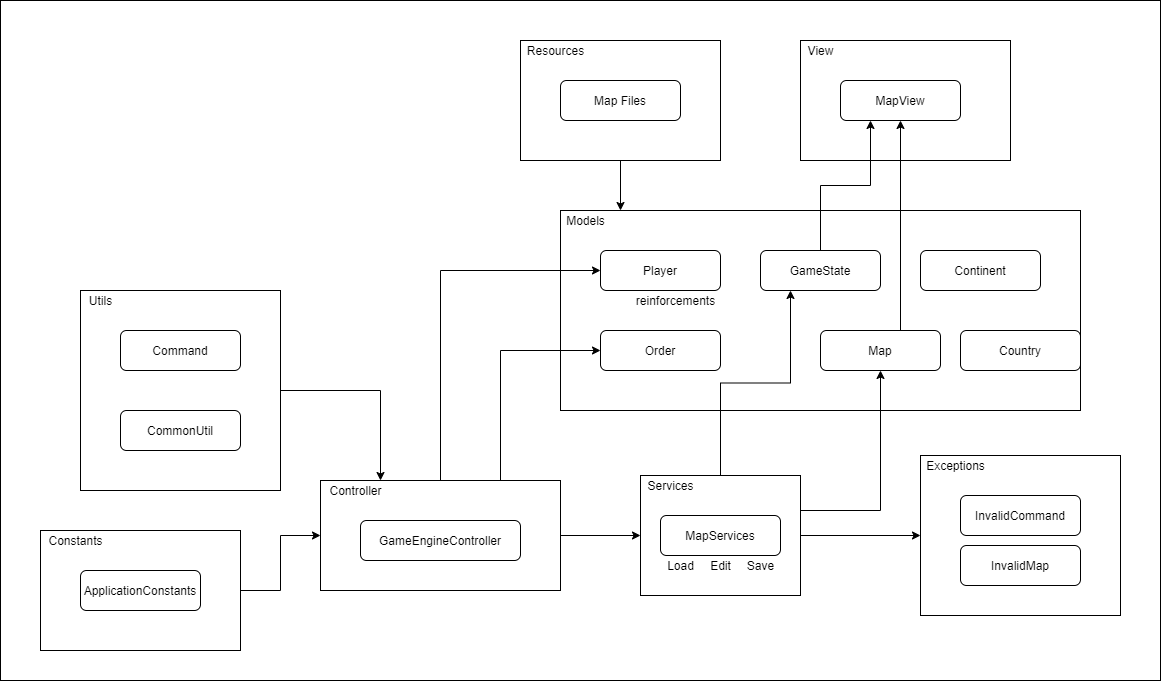
This is documentation/Build1-ArchitectureDiagram.png from pulkitkkr/SOEN-6441-Adv-Programming-Warzone-Game, a draw.io export, as it was before one commit. Source tidied: cells renumbered, new cells last; positions are measured from the earlier drawing's top-left corner, leaving out a move shared by most shapes.
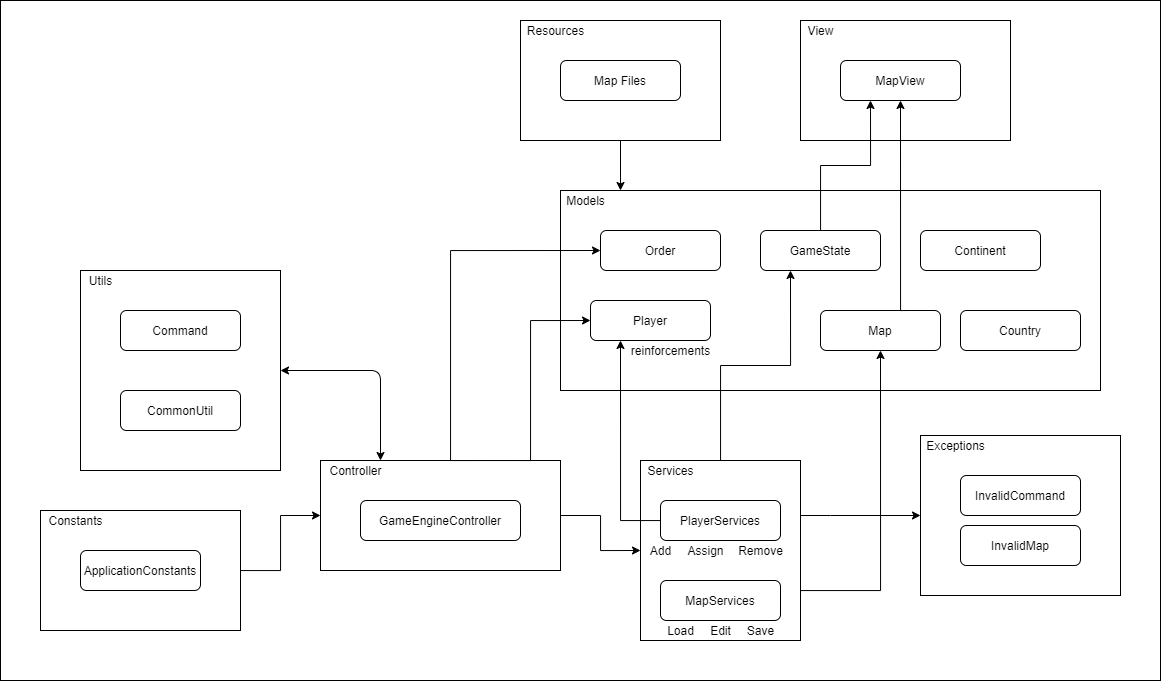
After the commit.

What changed in the source:
```diff
@@ -9,7 +9,7 @@
       <mxGeometry x="840" y="80" width="120" height="40" as="geometry" />
     </mxCell>
     <mxCell id="4" value="MapServices" style="rounded=1;whiteSpace=wrap;html=1;fillColor=none;" parent="1" vertex="1">
-      <mxGeometry x="660" y="515" width="120" height="40" as="geometry" />
+      <mxGeometry x="660" y="600" width="120" height="40" as="geometry" />
     </mxCell>
     <mxCell id="5" value="InvalidCommand" style="rounded=1;whiteSpace=wrap;html=1;fillColor=none;" parent="1" vertex="1">
       <mxGeometry x="960" y="495" width="120" height="40" as="geometry" />
@@ -49,17 +49,14 @@
       <mxGeometry x="820" y="330" width="120" height="40" as="geometry" />
     </mxCell>
     <mxCell id="16" value="Player" style="rounded=1;whiteSpace=wrap;html=1;fillColor=none;" parent="1" vertex="1">
-      <mxGeometry x="600" y="250" width="120" height="40" as="geometry" />
+      <mxGeometry x="590" y="320" width="120" height="40" as="geometry" />
     </mxCell>
     <mxCell id="17" value="Order" style="rounded=1;whiteSpace=wrap;html=1;fillColor=none;" parent="1" vertex="1">
-      <mxGeometry x="600" y="330" width="120" height="40" as="geometry" />
+      <mxGeometry x="600" y="250" width="120" height="40" as="geometry" />
     </mxCell>
     <mxCell id="18" value="Country" style="rounded=1;whiteSpace=wrap;html=1;fillColor=none;" parent="1" vertex="1">
       <mxGeometry x="960" y="330" width="120" height="40" as="geometry" />
     </mxCell>
-    <mxCell id="19" style="edgeStyle=orthogonalEdgeStyle;rounded=0;jettySize=auto;html=1;entryX=0.25;entryY=0;entryDx=0;entryDy=0;" parent="1" edge="1" source="20" target="25">
-      <mxGeometry relative="1" as="geometry" />
-    </mxCell>
     <mxCell id="20" style="rounded=0;whiteSpace=wrap;html=1;fillColor=none;" parent="1" vertex="1">
       <mxGeometry x="80" y="290" width="200" height="200" as="geometry" />
     </mxCell>
@@ -67,10 +64,20 @@
       <mxGeometry x="80" y="290" width="40" height="20" as="geometry" />
     </mxCell>
     <mxCell id="22" style="edgeStyle=orthogonalEdgeStyle;rounded=0;jettySize=auto;html=1;exitX=0.5;exitY=0;exitDx=0;exitDy=0;entryX=0;entryY=0.5;entryDx=0;entryDy=0;" parent="1" edge="1" source="25" target="16">
-      <mxGeometry relative="1" as="geometry" />
+      <mxGeometry relative="1" as="geometry">
+        <Array as="points">
+          <mxPoint x="530" y="480" />
+          <mxPoint x="530" y="340" />
+        </Array>
+      </mxGeometry>
     </mxCell>
     <mxCell id="23" style="edgeStyle=orthogonalEdgeStyle;rounded=0;jettySize=auto;html=1;exitX=0.75;exitY=0;exitDx=0;exitDy=0;entryX=0;entryY=0.5;entryDx=0;entryDy=0;" parent="1" edge="1" source="25" target="17">
-      <mxGeometry relative="1" as="geometry" />
+      <mxGeometry relative="1" as="geometry">
+        <Array as="points">
+          <mxPoint x="450" y="480" />
+          <mxPoint x="450" y="270" />
+        </Array>
+      </mxGeometry>
     </mxCell>
     <mxCell id="24" style="edgeStyle=orthogonalEdgeStyle;rounded=0;jettySize=auto;html=1;entryX=0;entryY=0.5;entryDx=0;entryDy=0;" parent="1" edge="1" source="25" target="33">
       <mxGeometry relative="1" as="geometry" />
@@ -82,21 +89,27 @@
       <mxGeometry x="320" y="480" width="70" height="20" as="geometry" />
     </mxCell>
     <mxCell id="27" style="rounded=0;whiteSpace=wrap;html=1;fillColor=none;" parent="1" vertex="1">
-      <mxGeometry x="560" y="210" width="520" height="200" as="geometry" />
+      <mxGeometry x="560" y="210" width="540" height="200" as="geometry" />
     </mxCell>
     <mxCell id="28" value="Models" style="text;html=1;align=center;verticalAlign=middle;" parent="1" vertex="1">
       <mxGeometry x="560" y="210" width="50" height="20" as="geometry" />
     </mxCell>
     <mxCell id="29" value="reinforcements" style="text;html=1;align=center;verticalAlign=middle;" parent="1" vertex="1">
-      <mxGeometry x="630" y="290" width="90" height="20" as="geometry" />
+      <mxGeometry x="625" y="360" width="90" height="20" as="geometry" />
     </mxCell>
     <mxCell id="30" style="edgeStyle=orthogonalEdgeStyle;rounded=0;jettySize=auto;html=1;entryX=0;entryY=0.5;entryDx=0;entryDy=0;" parent="1" edge="1" source="33" target="35">
-      <mxGeometry relative="1" as="geometry" />
+      <mxGeometry relative="1" as="geometry">
+        <Array as="points">
+          <mxPoint x="830" y="535" />
+          <mxPoint x="830" y="535" />
+        </Array>
+      </mxGeometry>
     </mxCell>
-    <mxCell id="31" style="edgeStyle=orthogonalEdgeStyle;rounded=0;jettySize=auto;html=1;entryX=0.5;entryY=1;entryDx=0;entryDy=0;" parent="1" edge="1" source="33" target="15">
+    <mxCell id="31" style="edgeStyle=orthogonalEdgeStyle;rounded=0;jettySize=auto;html=1;entryX=0.5;entryY=1;entryDx=0;entryDy=0;exitX=1;exitY=0.75;exitDx=0;exitDy=0;" parent="1" edge="1" source="33" target="15">
       <mxGeometry relative="1" as="geometry">
         <Array as="points">
-          <mxPoint x="880" y="510" />
+          <mxPoint x="800" y="610" />
+          <mxPoint x="880" y="610" />
         </Array>
       </mxGeometry>
     </mxCell>
@@ -104,10 +117,10 @@
       <mxGeometry relative="1" as="geometry" />
     </mxCell>
     <mxCell id="33" style="rounded=0;whiteSpace=wrap;html=1;fillColor=none;" parent="1" vertex="1">
-      <mxGeometry x="640" y="475" width="160" height="120" as="geometry" />
+      <mxGeometry x="640" y="480" width="160" height="180" as="geometry" />
     </mxCell>
     <mxCell id="34" value="Services" style="text;html=1;align=center;verticalAlign=middle;" parent="1" vertex="1">
-      <mxGeometry x="640" y="475" width="60" height="20" as="geometry" />
+      <mxGeometry x="640" y="480" width="60" height="20" as="geometry" />
     </mxCell>
     <mxCell id="35" style="rounded=0;whiteSpace=wrap;html=1;fillColor=none;" parent="1" vertex="1">
       <mxGeometry x="920" y="455" width="200" height="160" as="geometry" />
@@ -116,13 +129,13 @@
       <mxGeometry x="920" y="455" width="70" height="20" as="geometry" />
     </mxCell>
     <mxCell id="37" value="Load" style="text;html=1;align=center;verticalAlign=middle;" parent="1" vertex="1">
-      <mxGeometry x="660" y="555" width="40" height="20" as="geometry" />
+      <mxGeometry x="660" y="640" width="40" height="20" as="geometry" />
     </mxCell>
     <mxCell id="38" value="Edit" style="text;html=1;align=center;verticalAlign=middle;" parent="1" vertex="1">
-      <mxGeometry x="700" y="555" width="40" height="20" as="geometry" />
+      <mxGeometry x="700" y="640" width="40" height="20" as="geometry" />
     </mxCell>
     <mxCell id="39" value="Save" style="text;html=1;align=center;verticalAlign=middle;" parent="1" vertex="1">
-      <mxGeometry x="740" y="555" width="40" height="20" as="geometry" />
+      <mxGeometry x="740" y="640" width="40" height="20" as="geometry" />
     </mxCell>
     <mxCell id="40" style="rounded=0;whiteSpace=wrap;html=1;fillColor=none;" parent="1" vertex="1">
       <mxGeometry x="800" y="40" width="210" height="120" as="geometry" />
@@ -151,7 +164,33 @@
       <mxGeometry x="40" y="530" width="70" height="20" as="geometry" />
     </mxCell>
     <mxCell id="48" style="rounded=0;whiteSpace=wrap;html=1;fillColor=none;" parent="1" vertex="1">
-      <mxGeometry width="1160" height="680" as="geometry" />
+      <mxGeometry y="20" width="1160" height="680" as="geometry" />
     </mxCell>
+    <mxCell id="49" style="edgeStyle=orthogonalEdgeStyle;rounded=0;jettySize=auto;html=1;entryX=0.25;entryY=1;entryDx=0;entryDy=0;" parent="1" edge="1" source="50" target="16">
+      <mxGeometry relative="1" as="geometry">
+        <Array as="points">
+          <mxPoint x="620" y="540" />
+        </Array>
+      </mxGeometry>
+    </mxCell>
+    <mxCell id="50" value="PlayerServices" style="rounded=1;whiteSpace=wrap;html=1;fillColor=none;" parent="1" vertex="1">
+      <mxGeometry x="660" y="520" width="120" height="40" as="geometry" />
+    </mxCell>
+    <mxCell id="51" value="Add" style="text;html=1;align=center;verticalAlign=middle;" parent="1" vertex="1">
+      <mxGeometry x="640" y="560" width="40" height="20" as="geometry" />
+    </mxCell>
+    <mxCell id="52" value="Remove" style="text;html=1;align=center;verticalAlign=middle;" parent="1" vertex="1">
+      <mxGeometry x="730" y="560" width="60" height="20" as="geometry" />
+    </mxCell>
+    <mxCell id="53" value="Assign" style="text;html=1;align=center;verticalAlign=middle;" parent="1" vertex="1">
+      <mxGeometry x="680" y="560" width="50" height="20" as="geometry" />
+    </mxCell>
+    <mxCell id="19" style="endArrow=classic;startArrow=classic;html=1;exitX=1;exitY=0.5;exitDx=0;exitDy=0;entryX=0.25;entryY=0;entryDx=0;entryDy=0;" parent="1" edge="1" source="20" target="25">
+      <mxGeometry relative="1" as="geometry">
+        <Array as="points">
+          <mxPoint x="380" y="390" />
+        </Array>
+      </mxGeometry>
+    </mxCell>
   </root>
 </mxGraphModel>
```
